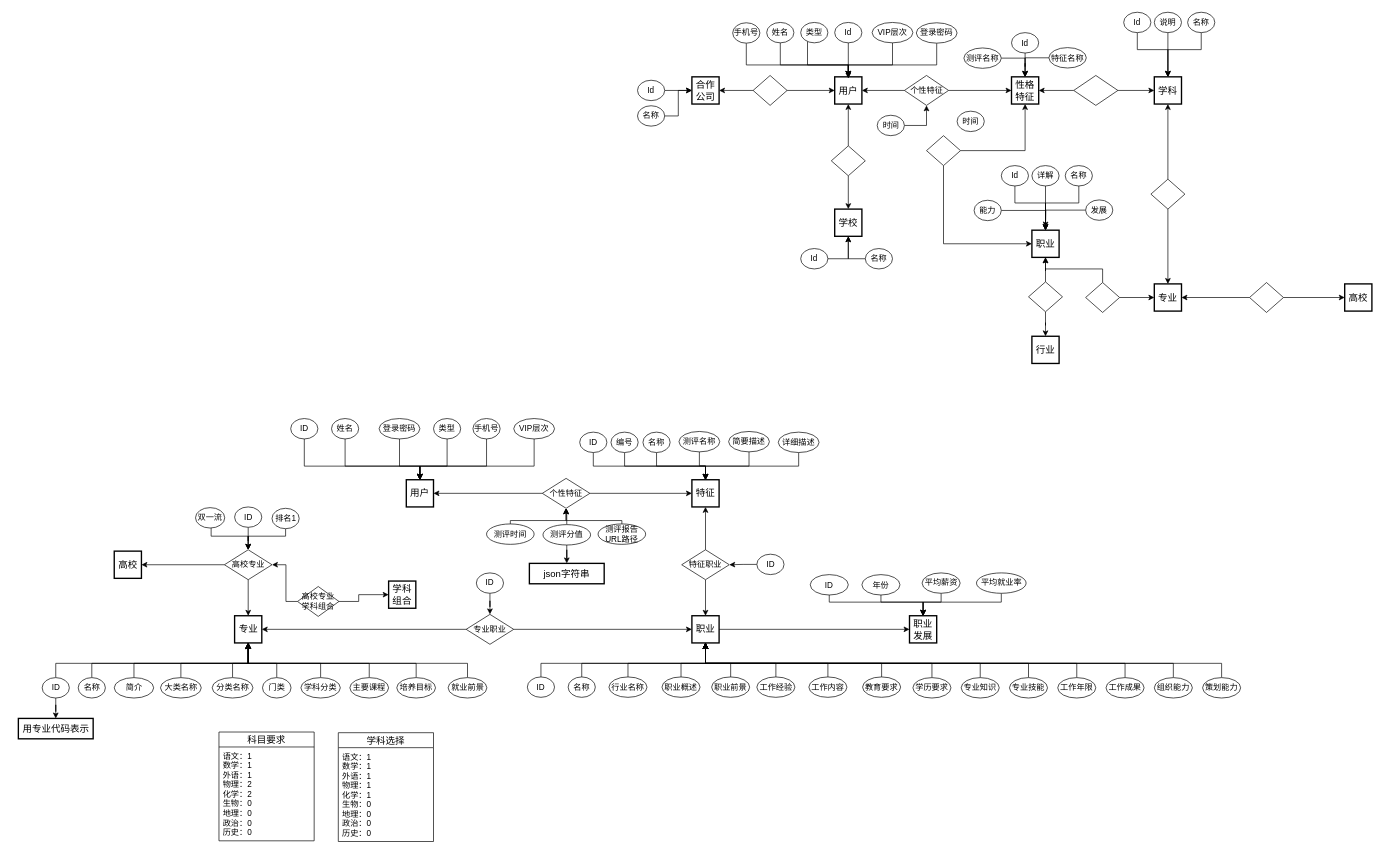
lry198010/ACES keeps this draw.io diagram as ER.drawio. Above is the earlier version. Source tidied: cells renumbered, new cells numbered last; positions are measured from the earlier drawing's top-left corner, leaving out a move shared by most shapes. Both pictures are drawn from the tidied source at 68%, with x=0, y=0 at pixel (18, 12).
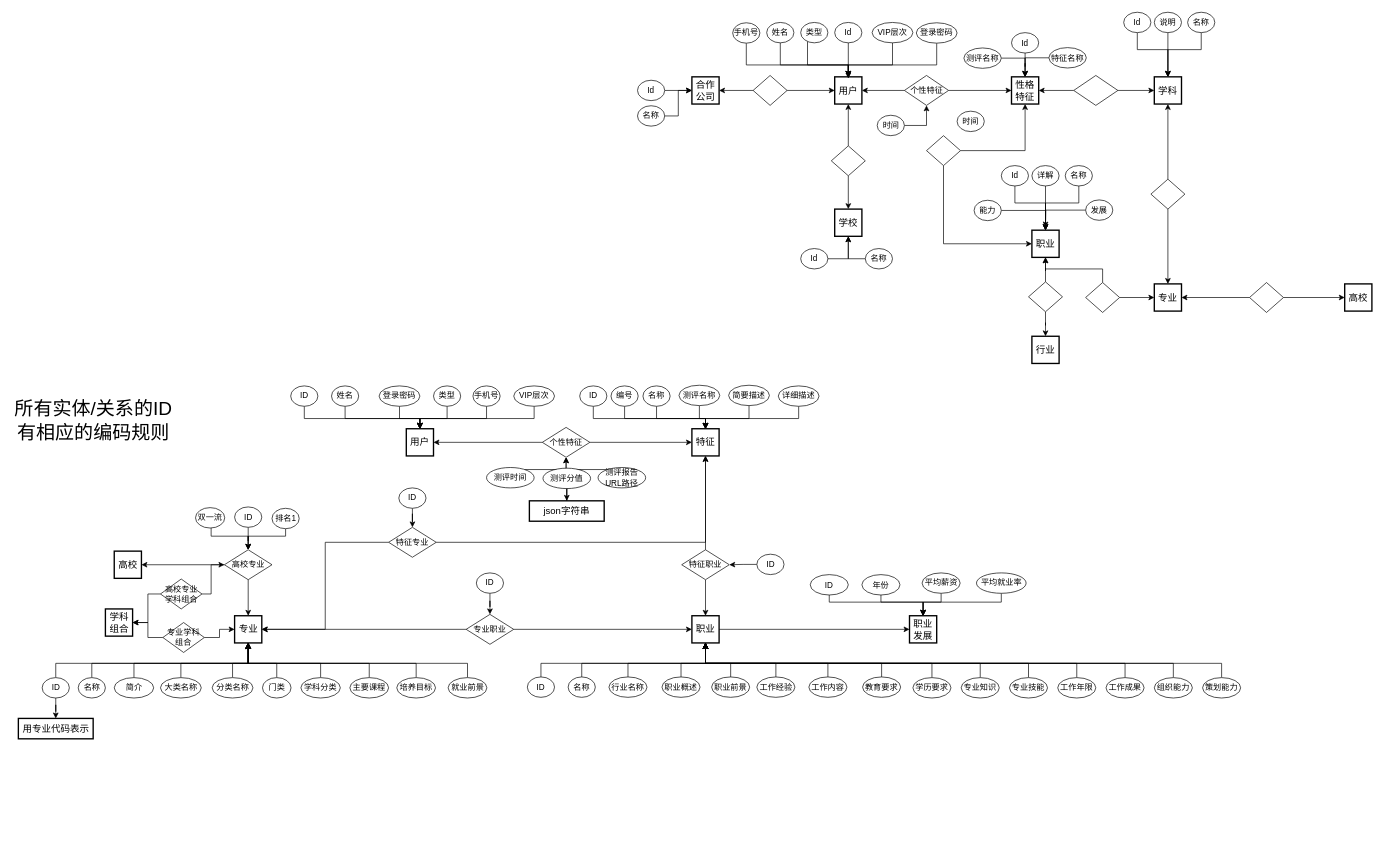
After the change.

Commit message:
根据要求完成-ER表的设计.ER.drawio

Unchanged cells that the change refers to:
```xml
<mxCell id="145" value="专业" style="strokeWidth=2;whiteSpace=wrap;html=1;align=center;fontSize=14;" parent="1" vertex="1">
  <mxGeometry x="317.5" y="888" width="40" height="40" as="geometry" />
</mxCell>
<mxCell id="174" value="高校专业" style="rhombus;whiteSpace=wrap;html=1;" parent="1" vertex="1">
  <mxGeometry x="302.5" y="791" width="70" height="44" as="geometry" />
</mxCell>
```

The edit, as a diff of the source:
```diff
@@
     <mxCell id="86" value="特征" style="strokeWidth=2;whiteSpace=wrap;html=1;align=center;fontSize=14;" parent="1" vertex="1">
-      <mxGeometry x="990" y="688" width="40" height="40" as="geometry" />
+      <mxGeometry x="990" y="613" width="40" height="40" as="geometry" />
     </mxCell>
     <mxCell id="87" style="edgeStyle=orthogonalEdgeStyle;rounded=0;jettySize=auto;html=1;entryX=0.5;entryY=0;entryDx=0;entryDy=0;" parent="1" edge="1" source="88" target="86">
       <mxGeometry relative="1" as="geometry">
         <Array as="points">
-          <mxPoint x="845" y="668" />
-          <mxPoint x="1010" y="668" />
+          <mxPoint x="845" y="598" />
+          <mxPoint x="1010" y="598" />
         </Array>
       </mxGeometry>
     </mxCell>
     <mxCell id="88" value="ID" style="ellipse;whiteSpace=wrap;html=1;" parent="1" vertex="1">
-      <mxGeometry x="825" y="618" width="40" height="30" as="geometry" />
+      <mxGeometry x="825" y="550" width="40" height="30" as="geometry" />
     </mxCell>
     <mxCell id="89" style="edgeStyle=orthogonalEdgeStyle;rounded=0;jettySize=auto;html=1;entryX=0.5;entryY=0;entryDx=0;entryDy=0;" parent="1" edge="1" source="90" target="86">
       <mxGeometry relative="1" as="geometry">
         <Array as="points">
-          <mxPoint x="891" y="668" />
-          <mxPoint x="1010" y="668" />
+          <mxPoint x="891" y="598" />
+          <mxPoint x="1010" y="598" />
         </Array>
       </mxGeometry>
     </mxCell>
     <mxCell id="90" value="编号" style="ellipse;whiteSpace=wrap;html=1;" parent="1" vertex="1">
-      <mxGeometry x="871" y="618" width="40" height="30" as="geometry" />
+      <mxGeometry x="871" y="550" width="40" height="30" as="geometry" />
     </mxCell>
     <mxCell id="91" style="edgeStyle=orthogonalEdgeStyle;rounded=0;jettySize=auto;html=1;entryX=0.5;entryY=0;entryDx=0;entryDy=0;" parent="1" edge="1" source="92" target="86">
       <mxGeometry relative="1" as="geometry">
         <Array as="points">
-          <mxPoint x="938" y="668" />
-          <mxPoint x="1010" y="668" />
+          <mxPoint x="938" y="598" />
+          <mxPoint x="1010" y="598" />
         </Array>
       </mxGeometry>
     </mxCell>
     <mxCell id="92" value="名称" style="ellipse;whiteSpace=wrap;html=1;" parent="1" vertex="1">
-      <mxGeometry x="918" y="618" width="40" height="30" as="geometry" />
+      <mxGeometry x="918" y="550" width="40" height="30" as="geometry" />
     </mxCell>
     <mxCell id="93" style="edgeStyle=orthogonalEdgeStyle;rounded=0;jettySize=auto;html=1;entryX=0.5;entryY=0;entryDx=0;entryDy=0;" parent="1" edge="1" source="94" target="86">
-      <mxGeometry relative="1" as="geometry" />
+      <mxGeometry relative="1" as="geometry">
+        <Array as="points">
+          <mxPoint x="1001" y="598" />
+          <mxPoint x="1010" y="598" />
+        </Array>
+      </mxGeometry>
     </mxCell>
     <mxCell id="94" value="测评名称" style="ellipse;whiteSpace=wrap;html=1;" parent="1" vertex="1">
-      <mxGeometry x="971" y="617" width="60" height="30" as="geometry" />
+      <mxGeometry x="971" y="549" width="60" height="30" as="geometry" />
     </mxCell>
     <mxCell id="95" style="edgeStyle=orthogonalEdgeStyle;rounded=0;jettySize=auto;html=1;" parent="1" edge="1" source="96" target="86">
       <mxGeometry relative="1" as="geometry">
         <Array as="points">
-          <mxPoint x="1074" y="668" />
-          <mxPoint x="1010" y="668" />
+          <mxPoint x="1074" y="598" />
+          <mxPoint x="1010" y="598" />
         </Array>
       </mxGeometry>
     </mxCell>
     <mxCell id="96" value="简要描述" style="ellipse;whiteSpace=wrap;html=1;" parent="1" vertex="1">
-      <mxGeometry x="1044" y="617" width="60" height="30" as="geometry" />
+      <mxGeometry x="1044" y="549" width="60" height="30" as="geometry" />
     </mxCell>
     <mxCell id="97" style="edgeStyle=orthogonalEdgeStyle;rounded=0;jettySize=auto;html=1;entryX=0.5;entryY=0;entryDx=0;entryDy=0;" parent="1" edge="1" source="98" target="86">
       <mxGeometry relative="1" as="geometry">
         <Array as="points">
-          <mxPoint x="1147" y="668" />
-          <mxPoint x="1010" y="668" />
+          <mxPoint x="1147" y="598" />
+          <mxPoint x="1010" y="598" />
         </Array>
       </mxGeometry>
     </mxCell>
     <mxCell id="98" value="详细描述" style="ellipse;whiteSpace=wrap;html=1;" parent="1" vertex="1">
-      <mxGeometry x="1117" y="618" width="60" height="30" as="geometry" />
+      <mxGeometry x="1117" y="550" width="60" height="30" as="geometry" />
     </mxCell>
@@
     <mxCell id="100" value="用户" style="strokeWidth=2;whiteSpace=wrap;html=1;align=center;fontSize=14;" parent="1" vertex="1">
-      <mxGeometry x="570" y="688" width="40" height="40" as="geometry" />
+      <mxGeometry x="570" y="613" width="40" height="40" as="geometry" />
     </mxCell>
     <mxCell id="101" value="个性特征" style="rhombus;whiteSpace=wrap;html=1;" parent="1" vertex="1">
-      <mxGeometry x="770" y="686" width="70" height="44" as="geometry" />
+      <mxGeometry x="770" y="611" width="70" height="44" as="geometry" />
     </mxCell>
     <mxCell id="102" style="edgeStyle=orthogonalEdgeStyle;rounded=0;jettySize=auto;html=1;entryX=0.5;entryY=1;entryDx=0;entryDy=0;" parent="1" edge="1" source="103" target="101">
       <mxGeometry relative="1" as="geometry">
         <Array as="points">
-          <mxPoint x="723" y="748" />
-          <mxPoint x="805" y="748" />
+          <mxPoint x="723" y="673" />
+          <mxPoint x="805" y="673" />
         </Array>
       </mxGeometry>
     </mxCell>
     <mxCell id="103" value="测评时间" style="ellipse;whiteSpace=wrap;html=1;" parent="1" vertex="1">
-      <mxGeometry x="688" y="753" width="70" height="30" as="geometry" />
+      <mxGeometry x="688" y="670" width="70" height="30" as="geometry" />
     </mxCell>
     <mxCell id="104" style="edgeStyle=orthogonalEdgeStyle;rounded=0;jettySize=auto;html=1;entryX=0.5;entryY=1;entryDx=0;entryDy=0;" parent="1" edge="1" source="105" target="101">
       <mxGeometry relative="1" as="geometry">
         <Array as="points">
-          <mxPoint x="887" y="748" />
-          <mxPoint x="805" y="748" />
+          <mxPoint x="887" y="673" />
+          <mxPoint x="805" y="673" />
         </Array>
       </mxGeometry>
     </mxCell>
     <mxCell id="105" value="测评报告URL路径" style="ellipse;whiteSpace=wrap;html=1;" parent="1" vertex="1">
-      <mxGeometry x="852" y="753" width="70" height="30" as="geometry" />
+      <mxGeometry x="852" y="670" width="70" height="30" as="geometry" />
     </mxCell>
-    <mxCell id="106" style="edgeStyle=orthogonalEdgeStyle;rounded=0;jettySize=auto;html=1;entryX=0.5;entryY=1;entryDx=0;entryDy=0;" parent="1" edge="1" source="108" target="101">
-      <mxGeometry relative="1" as="geometry" />
-    </mxCell>
@@
     <mxCell id="108" value="测评分值" style="ellipse;whiteSpace=wrap;html=1;" parent="1" vertex="1">
-      <mxGeometry x="771" y="754" width="70" height="30" as="geometry" />
+      <mxGeometry x="771" y="671" width="70" height="30" as="geometry" />
     </mxCell>
     <mxCell id="109" style="edgeStyle=orthogonalEdgeStyle;rounded=0;jettySize=auto;html=1;entryX=0.5;entryY=0;entryDx=0;entryDy=0;" parent="1" edge="1" source="110" target="100">
       <mxGeometry relative="1" as="geometry">
         <Array as="points">
-          <mxPoint x="420" y="668" />
-          <mxPoint x="590" y="668" />
+          <mxPoint x="420" y="598" />
+          <mxPoint x="590" y="598" />
         </Array>
       </mxGeometry>
     </mxCell>
     <mxCell id="110" value="ID" style="ellipse;whiteSpace=wrap;html=1;" parent="1" vertex="1">
-      <mxGeometry x="400" y="598" width="40" height="30" as="geometry" />
+      <mxGeometry x="400" y="550" width="40" height="30" as="geometry" />
     </mxCell>
     <mxCell id="111" style="edgeStyle=orthogonalEdgeStyle;rounded=0;jettySize=auto;html=1;entryX=0.5;entryY=0;entryDx=0;entryDy=0;" parent="1" edge="1" source="112" target="100">
       <mxGeometry relative="1" as="geometry">
         <Array as="points">
-          <mxPoint x="630" y="668" />
-          <mxPoint x="590" y="668" />
+          <mxPoint x="630" y="598" />
+          <mxPoint x="590" y="598" />
         </Array>
       </mxGeometry>
     </mxCell>
     <mxCell id="112" value="类型" style="ellipse;whiteSpace=wrap;html=1;" parent="1" vertex="1">
-      <mxGeometry x="610" y="598" width="40" height="30" as="geometry" />
+      <mxGeometry x="610" y="550" width="40" height="30" as="geometry" />
     </mxCell>
     <mxCell id="113" style="edgeStyle=orthogonalEdgeStyle;rounded=0;jettySize=auto;html=1;entryX=0.5;entryY=0;entryDx=0;entryDy=0;" parent="1" edge="1" source="114" target="100">
       <mxGeometry relative="1" as="geometry">
         <Array as="points">
-          <mxPoint x="758" y="668" />
-          <mxPoint x="590" y="668" />
+          <mxPoint x="758" y="598" />
+          <mxPoint x="590" y="598" />
         </Array>
       </mxGeometry>
     </mxCell>
     <mxCell id="114" value="VIP层次" style="ellipse;whiteSpace=wrap;html=1;" parent="1" vertex="1">
-      <mxGeometry x="728" y="598" width="60" height="30" as="geometry" />
+      <mxGeometry x="728" y="550" width="60" height="30" as="geometry" />
     </mxCell>
     <mxCell id="115" style="edgeStyle=orthogonalEdgeStyle;rounded=0;jettySize=auto;html=1;" parent="1" edge="1" source="116" target="100">
       <mxGeometry relative="1" as="geometry">
         <Array as="points">
-          <mxPoint x="480" y="668" />
-          <mxPoint x="590" y="668" />
+          <mxPoint x="480" y="598" />
+          <mxPoint x="590" y="598" />
         </Array>
       </mxGeometry>
     </mxCell>
     <mxCell id="116" value="姓名" style="ellipse;whiteSpace=wrap;html=1;" parent="1" vertex="1">
-      <mxGeometry x="460" y="598" width="40" height="30" as="geometry" />
+      <mxGeometry x="460" y="550" width="40" height="30" as="geometry" />
     </mxCell>
     <mxCell id="117" style="edgeStyle=orthogonalEdgeStyle;rounded=0;jettySize=auto;html=1;entryX=0.5;entryY=0;entryDx=0;entryDy=0;" parent="1" edge="1" source="118" target="100">
       <mxGeometry relative="1" as="geometry">
         <Array as="points">
-          <mxPoint x="560" y="668" />
-          <mxPoint x="590" y="668" />
+          <mxPoint x="560" y="598" />
+          <mxPoint x="590" y="598" />
         </Array>
       </mxGeometry>
     </mxCell>
     <mxCell id="118" value="登录密码" style="ellipse;whiteSpace=wrap;html=1;" parent="1" vertex="1">
-      <mxGeometry x="530" y="598" width="60" height="30" as="geometry" />
+      <mxGeometry x="530" y="550" width="60" height="30" as="geometry" />
     </mxCell>
     <mxCell id="119" style="edgeStyle=orthogonalEdgeStyle;rounded=0;jettySize=auto;html=1;entryX=0.5;entryY=0;entryDx=0;entryDy=0;" parent="1" edge="1" source="120" target="100">
       <mxGeometry relative="1" as="geometry">
         <Array as="points">
-          <mxPoint x="688" y="668" />
-          <mxPoint x="590" y="668" />
+          <mxPoint x="688" y="598" />
+          <mxPoint x="590" y="598" />
         </Array>
       </mxGeometry>
     </mxCell>
     <mxCell id="120" value="手机号" style="ellipse;whiteSpace=wrap;html=1;" parent="1" vertex="1">
-      <mxGeometry x="668" y="598" width="40" height="30" as="geometry" />
+      <mxGeometry x="668" y="550" width="40" height="30" as="geometry" />
     </mxCell>
@@
     <mxCell id="173" value="json字符串" style="strokeWidth=2;whiteSpace=wrap;html=1;align=center;fontSize=14;" parent="1" vertex="1">
-      <mxGeometry x="751" y="811" width="110" height="30" as="geometry" />
+      <mxGeometry x="751" y="719" width="110" height="30" as="geometry" />
     </mxCell>
@@
-    <mxCell id="185" value="学科选择" style="swimlane;fontStyle=0;horizontal=1;startSize=22;fillColor=none;swimlaneFillColor=#ffffff;align=center;fontSize=14;" parent="1" vertex="1">
-      <mxGeometry x="470" y="1060" width="140" height="160" as="geometry" />
-    </mxCell>
-    <mxCell id="186" value="语文：1&#10;数学：1&#10;外语：1&#10;物理：1&#10;化学：1&#10;生物：0&#10;地理：0&#10;政治：0&#10;历史：0" style="text;strokeColor=none;fillColor=none;spacingLeft=4;spacingRight=4;overflow=hidden;fontSize=12;" parent="185" vertex="1">
-      <mxGeometry y="22" width="140" height="138" as="geometry" />
-    </mxCell>
-    <mxCell id="187" value="科目要求" style="swimlane;fontStyle=0;horizontal=1;startSize=22;fillColor=none;swimlaneFillColor=#ffffff;align=center;fontSize=14;" parent="1" vertex="1">
-      <mxGeometry x="294.5" y="1059" width="140" height="160" as="geometry" />
-    </mxCell>
-    <mxCell id="188" value="语文：1&#10;数学：1&#10;外语：1&#10;物理：2&#10;化学：2&#10;生物：0&#10;地理：0&#10;政治：0&#10;历史：0" style="text;strokeColor=none;fillColor=none;spacingLeft=4;spacingRight=4;overflow=hidden;fontSize=12;" parent="187" vertex="1">
-      <mxGeometry y="22" width="140" height="138" as="geometry" />
-    </mxCell>
@@
+    <mxCell id="210" style="edgeStyle=orthogonalEdgeStyle;rounded=0;jettySize=auto;html=1;entryX=0;entryY=0.5;entryDx=0;entryDy=0;" parent="1" edge="1" source="212" target="174">
+      <mxGeometry relative="1" as="geometry">
+        <Array as="points">
+          <mxPoint x="283" y="856" />
+          <mxPoint x="283" y="813" />
+        </Array>
+      </mxGeometry>
+    </mxCell>
+    <mxCell id="212" value="高校专业学科组合" style="rhombus;whiteSpace=wrap;html=1;" parent="1" vertex="1">
+      <mxGeometry x="208.5" y="834" width="61" height="44" as="geometry" />
+    </mxCell>
+    <mxCell id="211" style="edgeStyle=orthogonalEdgeStyle;rounded=0;jettySize=auto;html=1;exitX=0;exitY=0.5;exitDx=0;exitDy=0;" parent="1" edge="1" source="212" target="209">
+      <mxGeometry relative="1" as="geometry">
+        <Array as="points">
+          <mxPoint x="190" y="856" />
+          <mxPoint x="190" y="898" />
+        </Array>
+      </mxGeometry>
+    </mxCell>
     <mxCell id="209" value="学科组合" style="strokeWidth=2;whiteSpace=wrap;html=1;align=center;fontSize=14;" parent="1" vertex="1">
-      <mxGeometry x="544" y="837" width="40" height="40" as="geometry" />
+      <mxGeometry x="127.5" y="878" width="40" height="40" as="geometry" />
     </mxCell>
-    <mxCell id="210" style="edgeStyle=orthogonalEdgeStyle;rounded=0;jettySize=auto;html=1;entryX=1;entryY=0.5;entryDx=0;entryDy=0;" parent="1" edge="1" source="212" target="174">
-      <mxGeometry relative="1" as="geometry">
-        <Array as="points">
-          <mxPoint x="393" y="867" />
-          <mxPoint x="393" y="813" />
-        </Array>
-      </mxGeometry>
-    </mxCell>
-    <mxCell id="211" style="edgeStyle=orthogonalEdgeStyle;rounded=0;jettySize=auto;html=1;entryX=0;entryY=0.5;entryDx=0;entryDy=0;" parent="1" edge="1" source="212" target="209">
-      <mxGeometry relative="1" as="geometry">
-        <Array as="points">
-          <mxPoint x="500" y="867" />
-          <mxPoint x="500" y="857" />
-        </Array>
-      </mxGeometry>
-    </mxCell>
-    <mxCell id="212" value="高校专业学科组合" style="rhombus;whiteSpace=wrap;html=1;" parent="1" vertex="1">
-      <mxGeometry x="410" y="845" width="61" height="44" as="geometry" />
-    </mxCell>
+    <mxCell id="213" style="edgeStyle=orthogonalEdgeStyle;rounded=0;jettySize=auto;html=1;entryX=1;entryY=0.5;entryDx=0;entryDy=0;" parent="1" edge="1" source="215" target="209">
+      <mxGeometry relative="1" as="geometry">
+        <Array as="points">
+          <mxPoint x="190" y="920" />
+          <mxPoint x="190" y="898" />
+        </Array>
+      </mxGeometry>
+    </mxCell>
+    <mxCell id="214" style="edgeStyle=orthogonalEdgeStyle;rounded=0;jettySize=auto;html=1;entryX=0;entryY=0.5;entryDx=0;entryDy=0;" parent="1" edge="1" source="215" target="145">
+      <mxGeometry relative="1" as="geometry" />
+    </mxCell>
+    <mxCell id="215" value="专业学科组合" style="rhombus;whiteSpace=wrap;html=1;" parent="1" vertex="1">
+      <mxGeometry x="212" y="898" width="61" height="44" as="geometry" />
+    </mxCell>
+    <mxCell id="216" style="edgeStyle=orthogonalEdgeStyle;rounded=0;jettySize=auto;html=1;entryX=1;entryY=0.5;entryDx=0;entryDy=0;" parent="1" edge="1" source="218" target="145">
+      <mxGeometry relative="1" as="geometry" />
+    </mxCell>
+    <mxCell id="217" style="edgeStyle=orthogonalEdgeStyle;rounded=0;jettySize=auto;html=1;entryX=0.5;entryY=1;entryDx=0;entryDy=0;" parent="1" edge="1" source="218" target="86">
+      <mxGeometry relative="1" as="geometry" />
+    </mxCell>
+    <mxCell id="218" value="特征专业" style="rhombus;whiteSpace=wrap;html=1;" parent="1" vertex="1">
+      <mxGeometry x="544" y="758" width="70" height="44" as="geometry" />
+    </mxCell>
+    <mxCell id="219" style="edgeStyle=orthogonalEdgeStyle;rounded=0;jettySize=auto;html=1;entryX=0.5;entryY=0;entryDx=0;entryDy=0;" parent="1" edge="1" source="220" target="218">
+      <mxGeometry relative="1" as="geometry" />
+    </mxCell>
+    <mxCell id="220" value="ID" style="ellipse;whiteSpace=wrap;html=1;" parent="1" vertex="1">
+      <mxGeometry x="559" y="700" width="40" height="30" as="geometry" />
+    </mxCell>
+    <mxCell id="221" value="所有实体/关系的ID有相应的编码规则" style="text;html=1;strokeColor=none;fillColor=none;align=center;verticalAlign=middle;whiteSpace=wrap;rounded=0;fontSize=28;" parent="1" vertex="1">
+      <mxGeometry x="-10" y="564" width="240" height="74" as="geometry" />
+    </mxCell>
```
